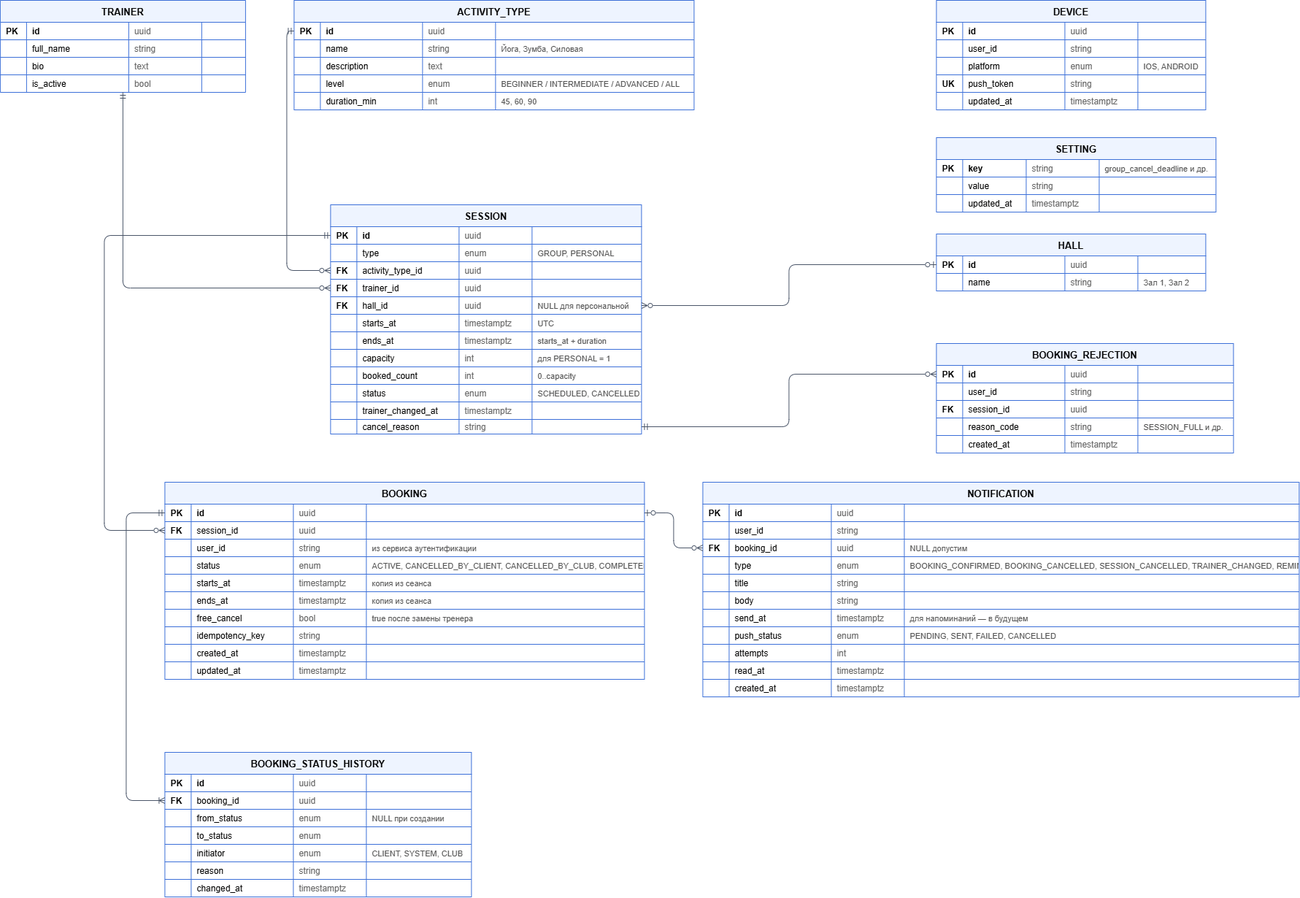
Before: er-diagram.png, a diagram exported from draw.io (Imme1storunn/fitness-booking-mvp). Source tidied: cells renumbered, new cells last; positions are measured from the earlier drawing's top-left corner, leaving out a move shared by most shapes.
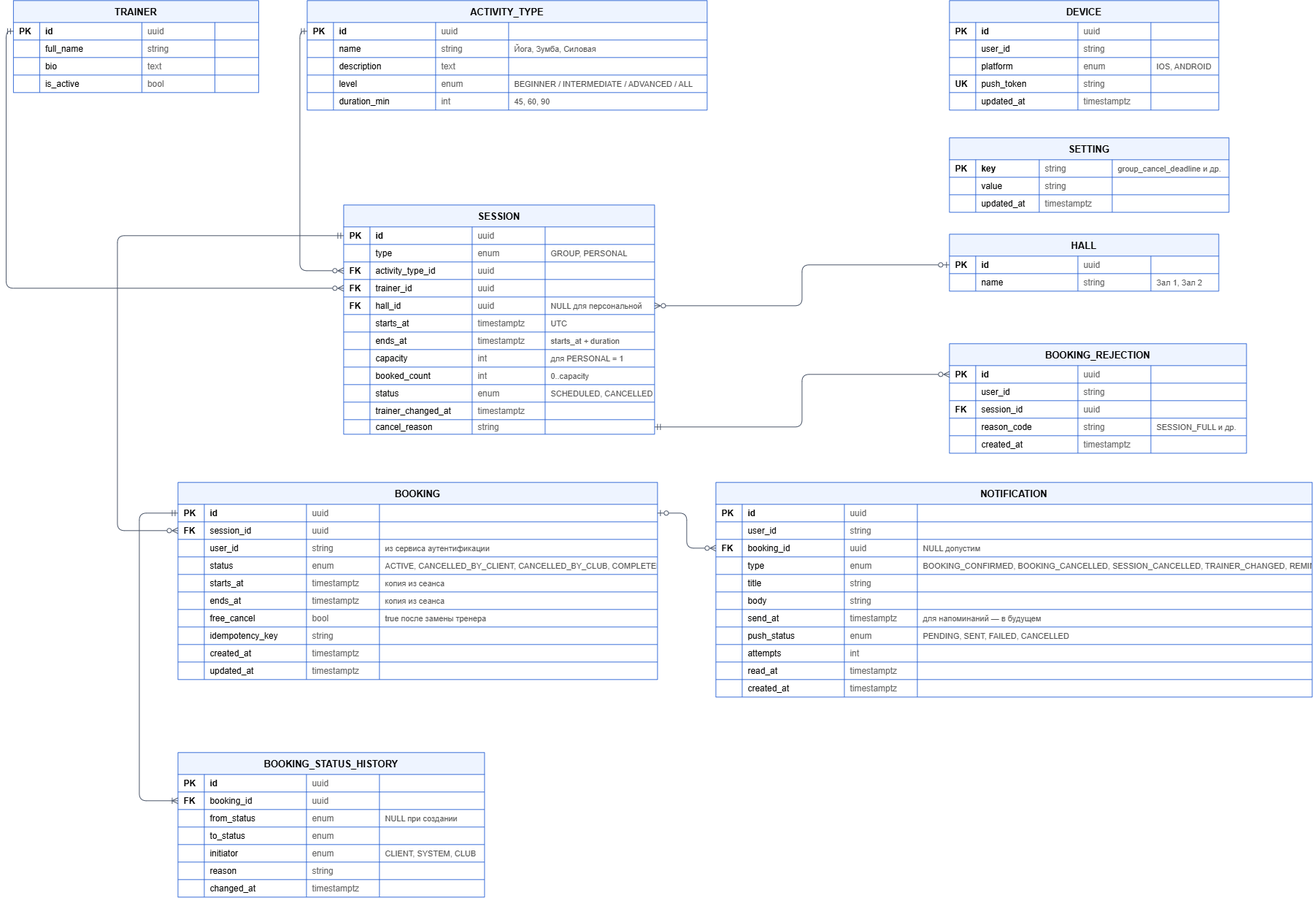
After the commit.

What changed in the source:
```diff
@@ -995,7 +995,7 @@
     <mxCell id="332" style="rounded=1;html=1;startArrow=ERzeroToOne;endArrow=ERzeroToMany;startFill=0;endFill=0;strokeColor=#4A5568;fontSize=11;fontColor=#4A5568;labelBackgroundColor=#FFFFFF;entryX=1;entryY=0.5;entryDx=0;entryDy=0;exitX=0;exitY=0.5;exitDx=0;exitDy=0;edgeStyle=orthogonalEdgeStyle;" parent="1" edge="1" source="3" target="123">
       <mxGeometry relative="1" as="geometry" />
     </mxCell>
-    <mxCell id="333" style="edgeStyle=orthogonalEdgeStyle;rounded=1;html=1;startArrow=ERmandOne;endArrow=ERzeroToMany;startFill=0;endFill=0;strokeColor=#4A5568;fontSize=11;fontColor=#4A5568;labelBackgroundColor=#FFFFFF;entryX=0;entryY=0.5;entryDx=0;entryDy=0;" parent="1" edge="1" source="13" target="118">
+    <mxCell id="333" style="edgeStyle=orthogonalEdgeStyle;rounded=1;html=1;startArrow=ERmandOne;endArrow=ERzeroToMany;startFill=0;endFill=0;strokeColor=#4A5568;fontSize=11;fontColor=#4A5568;labelBackgroundColor=#FFFFFF;entryX=0;entryY=0.5;entryDx=0;entryDy=0;exitX=0;exitY=0.5;exitDx=0;exitDy=0;" parent="1" edge="1" source="14" target="118">
       <mxGeometry x="0.22" y="95" relative="1" as="geometry">
         <mxPoint x="-45" y="11" as="offset" />
       </mxGeometry>
```
